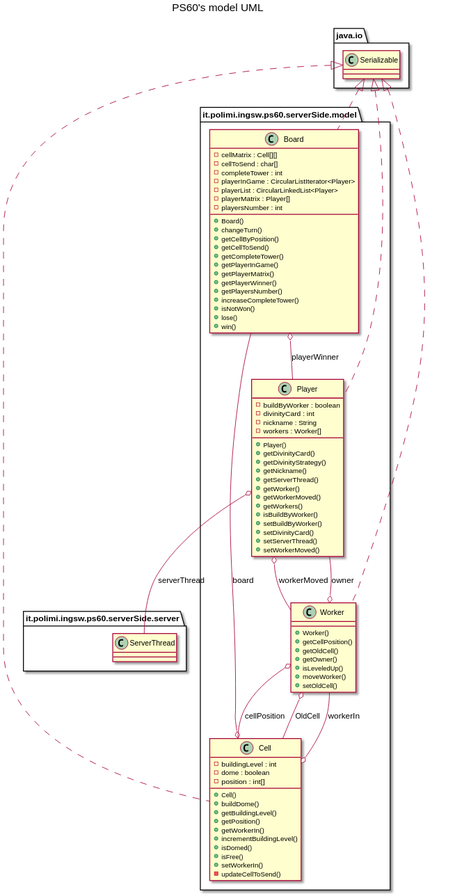
Simone-Ghidoli/ing-sw-2020-Ghidoli-Giannini-Greco keeps this PlantUML diagram as deliveries/UML/UML_Model.svg. Above is the earlier version.
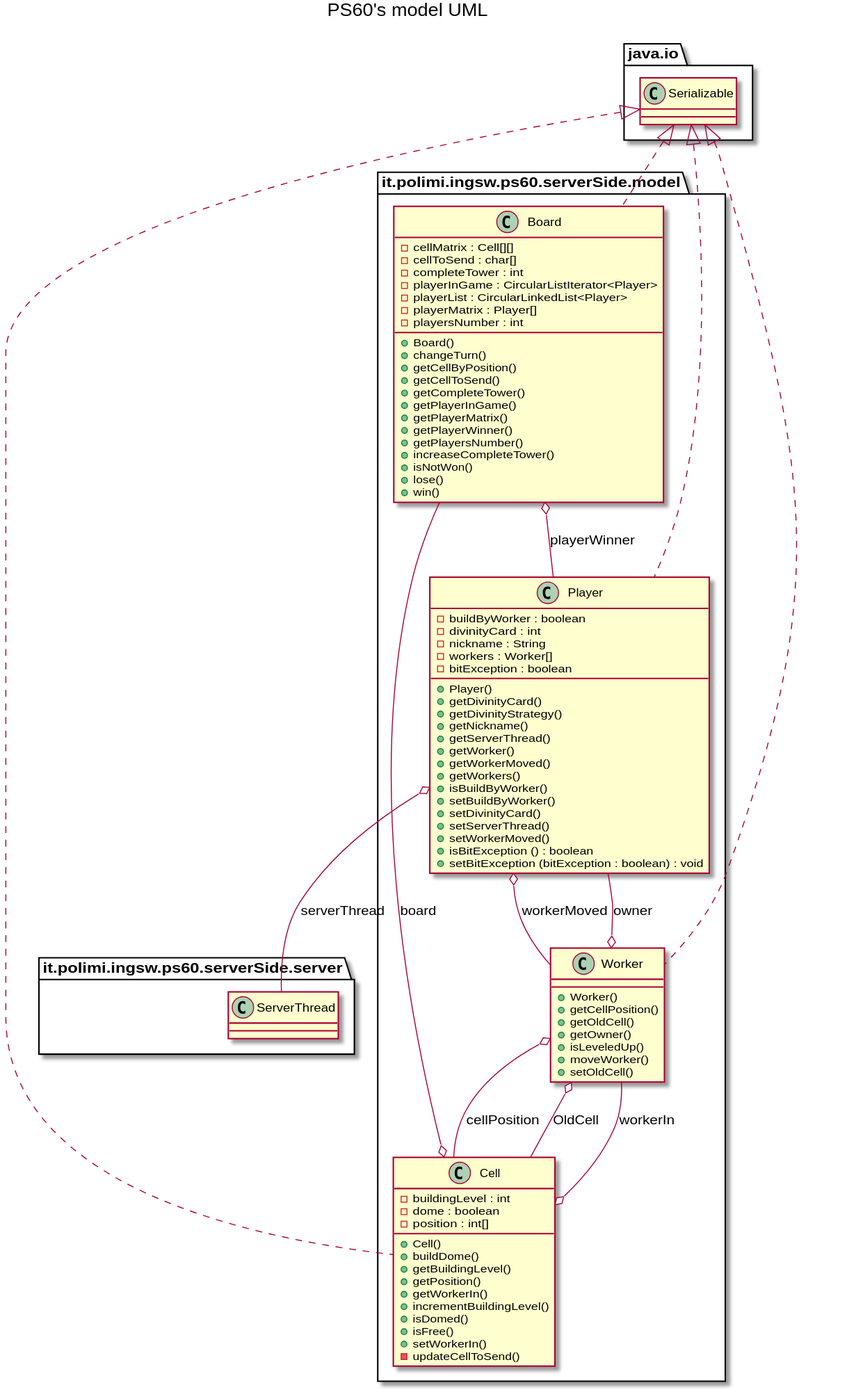
The same file after the commit.

What changed in the source:
```diff
@@ -46,6 +46,7 @@
                 - divinityCard : int
                 - nickname : String
                 - workers : Worker[]
+                - bitException : boolean
                 + Player()
                 + getDivinityCard()
                 + getDivinityStrategy()
@@ -59,6 +60,8 @@
                 + setDivinityCard()
                 + setServerThread()
                 + setWorkerMoved()
+                + isBitException () : boolean
+                + setBitException (bitException : boolean) : void
             }
 
             class it.polimi.ingsw.ps60.serverSide.model.Worker {
```
